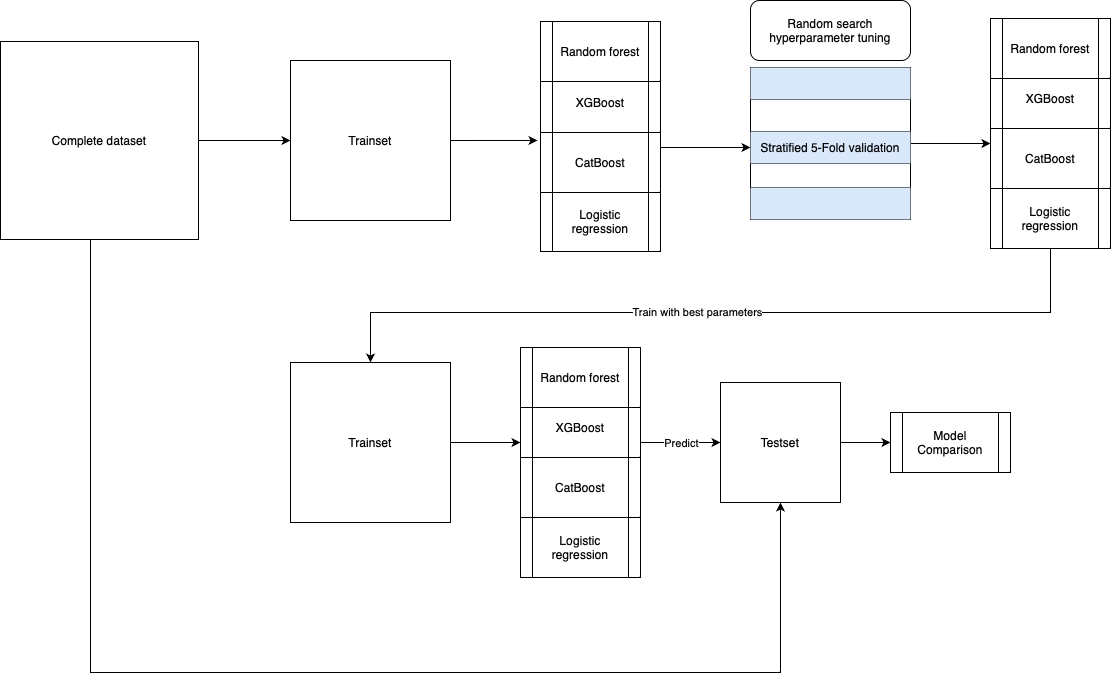
Earlier version of the draw.io export modelling apporach diagram.drawio.png (erreep/ethereumillicitdetection). Source tidied: cells renumbered, new cells last; positions are measured from the earlier drawing's top-left corner, leaving out a move shared by most shapes.
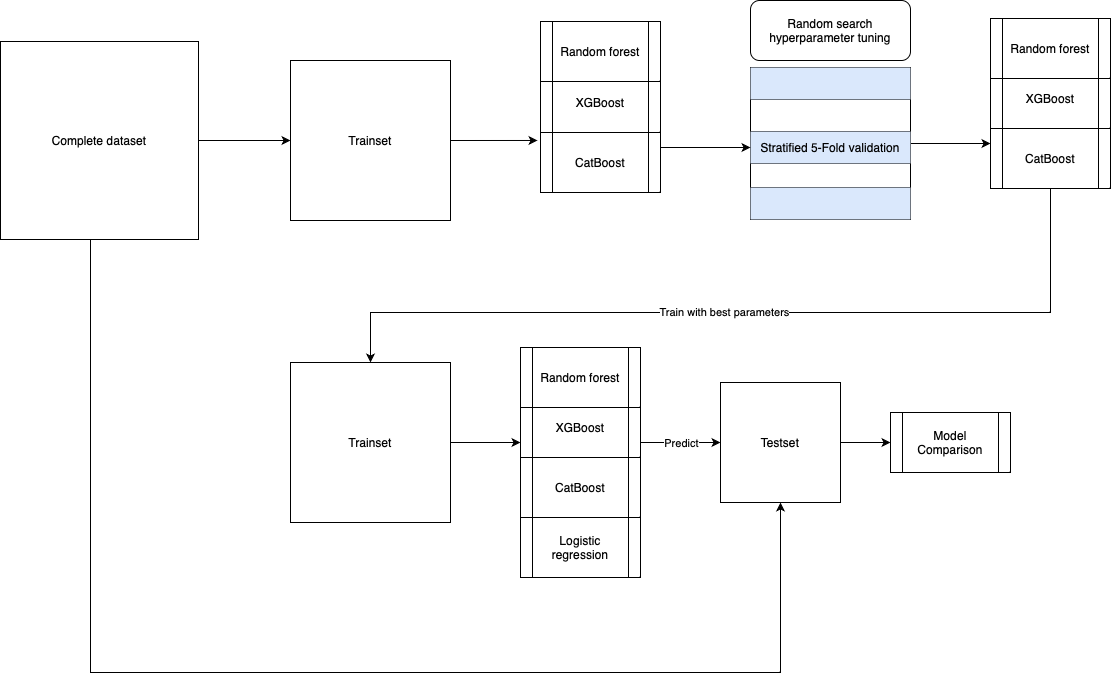
After the commit.

The edit, as a diff of the source:
```diff
@@ -47,7 +47,7 @@
     <mxCell id="16" value="XGBoost" style="shape=process;whiteSpace=wrap;html=1;backgroundOutline=1;" parent="1" vertex="1">
       <mxGeometry x="990" y="68" width="120" height="60" as="geometry" />
     </mxCell>
-    <mxCell id="17" style="edgeStyle=orthogonalEdgeStyle;rounded=0;jettySize=auto;html=1;exitX=0.5;exitY=1;exitDx=0;exitDy=0;entryX=0.5;entryY=0;entryDx=0;entryDy=0;" parent="1" edge="1" source="19" target="23">
+    <mxCell id="17" style="edgeStyle=orthogonalEdgeStyle;rounded=0;jettySize=auto;html=1;exitX=0.5;exitY=1;exitDx=0;exitDy=0;entryX=0.5;entryY=0;entryDx=0;entryDy=0;" parent="1" edge="1" source="20" target="23">
       <mxGeometry relative="1" as="geometry">
         <Array as="points">
           <mxPoint x="1050" y="312" />
@@ -60,9 +60,6 @@
         <mxPoint x="20" as="offset" />
       </mxGeometry>
     </mxCell>
-    <mxCell id="19" value="Logistic regression" style="shape=process;whiteSpace=wrap;html=1;backgroundOutline=1;" parent="1" vertex="1">
-      <mxGeometry x="990" y="188" width="120" height="60" as="geometry" />
-    </mxCell>
     <mxCell id="20" value="CatBoost" style="shape=process;whiteSpace=wrap;html=1;backgroundOutline=1;" parent="1" vertex="1">
       <mxGeometry x="990" y="128" width="120" height="60" as="geometry" />
     </mxCell>
@@ -110,9 +107,6 @@
     <mxCell id="34" value="XGBoost" style="shape=process;whiteSpace=wrap;html=1;backgroundOutline=1;" parent="1" vertex="1">
       <mxGeometry x="540" y="72" width="120" height="60" as="geometry" />
     </mxCell>
-    <mxCell id="35" value="Logistic regression" style="shape=process;whiteSpace=wrap;html=1;backgroundOutline=1;" parent="1" vertex="1">
-      <mxGeometry x="540" y="191" width="120" height="60" as="geometry" />
-    </mxCell>
     <mxCell id="36" style="edgeStyle=orthogonalEdgeStyle;rounded=0;jettySize=auto;html=1;exitX=1;exitY=0.25;exitDx=0;exitDy=0;" parent="1" edge="1" source="37" target="10">
       <mxGeometry relative="1" as="geometry" />
     </mxCell>
```
